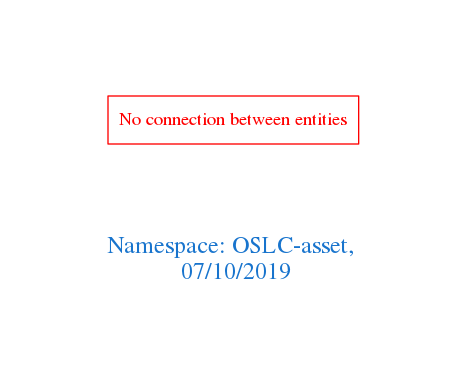
Above: downloads/OSLC-asset.png in arago/OGIT (Graphviz), before the change. Its source is kept beside it as downloads/OSLC-asset.dot.
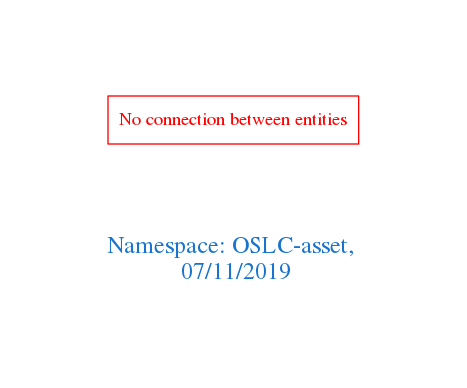
Above is the later version.

Diff of the diagram source:
```diff
@@ -1,7 +1,7 @@
 digraph OGIT_ontology {
  graph [ rankdir= LR,pad=1
 fontsize = 18,
-fontcolor= dodgerblue3,label = "\n\n\nNamespace: OSLC-asset, \n 07/10/2019"];
+fontcolor= dodgerblue3,label = "\n\n\nNamespace: OSLC-asset, \n 07/11/2019"];
 node[shape=polygon];
 edge [  color="gray81"];
 
```
